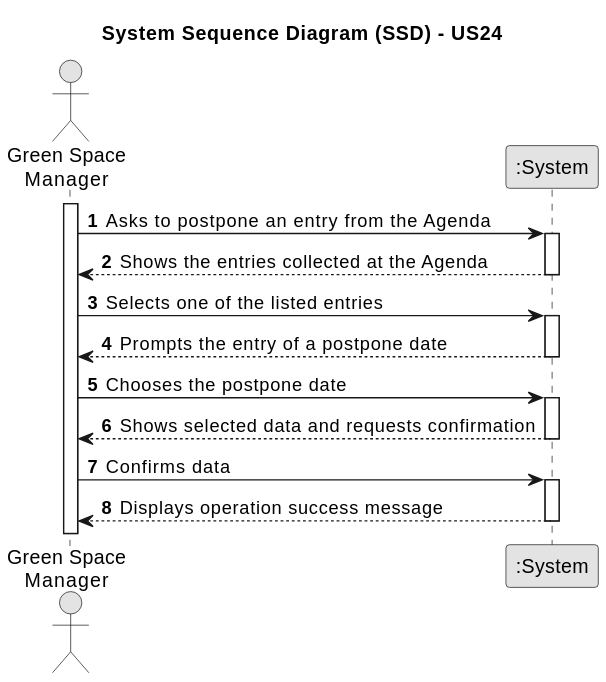
This is docs/sprintC/us24/01.requirements-engineering/svg/us24-system-sequence-diagram.svg from Paulo-Pereira-at-ISEP/lei-24-s2-1nanb-g321, a PlantUML export, as it was before one commit.
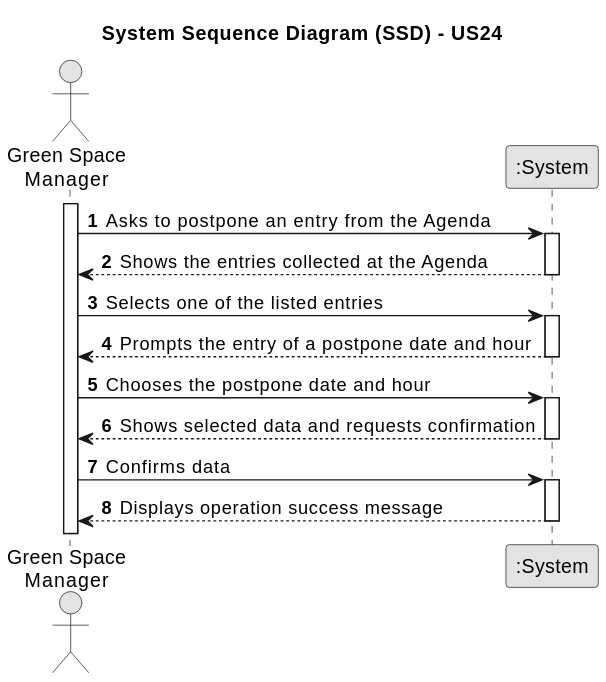
Later version of the same file.

Commit message:
LGGPM-176 - US24 - Req. Eng. - Updated SSD

The edit, as a diff of the source:
```diff
@@ -22,10 +22,10 @@
 
     activate System
 
-            System --> Employee : Prompts the entry of a postpone date
+            System --> Employee : Prompts the entry of a postpone date and hour
     deactivate System
 
-    Employee -> System : Chooses the postpone date
+    Employee -> System : Chooses the postpone date and hour
 
     activate System
 
```
